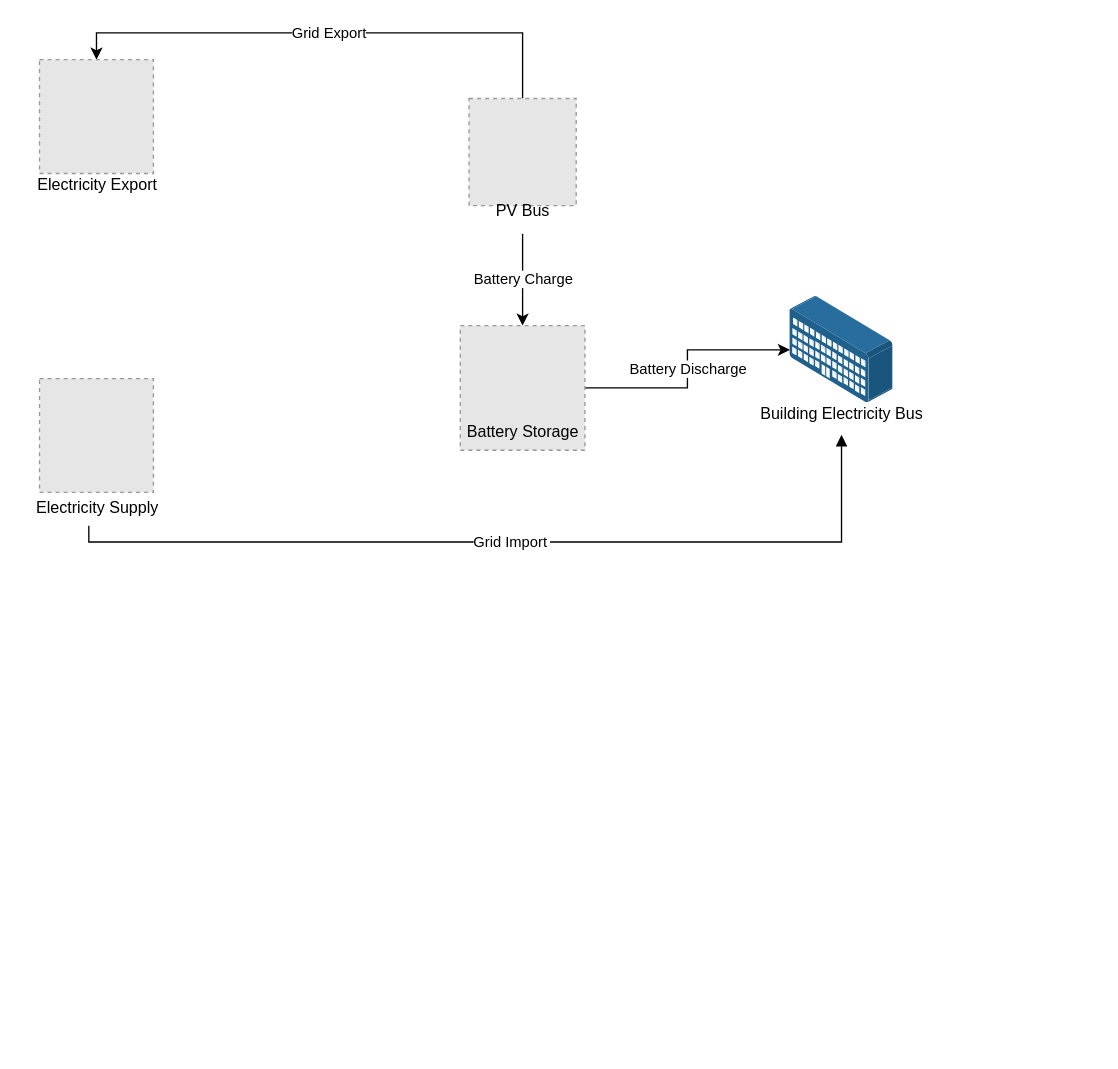
AlessioPinto01/PED_Social_Building_baseline keeps this draw.io diagram as ped.drawio. Above is the earlier version. Source tidied: cells renumbered, new cells numbered last; positions are measured from the earlier drawing's top-left corner, leaving out a move shared by most shapes. Both pictures are drawn from the tidied source at 134%, with x=0, y=0 at pixel (23, 32). Pictures stored in the file or linked from it are replaced by grey dashed boxes.
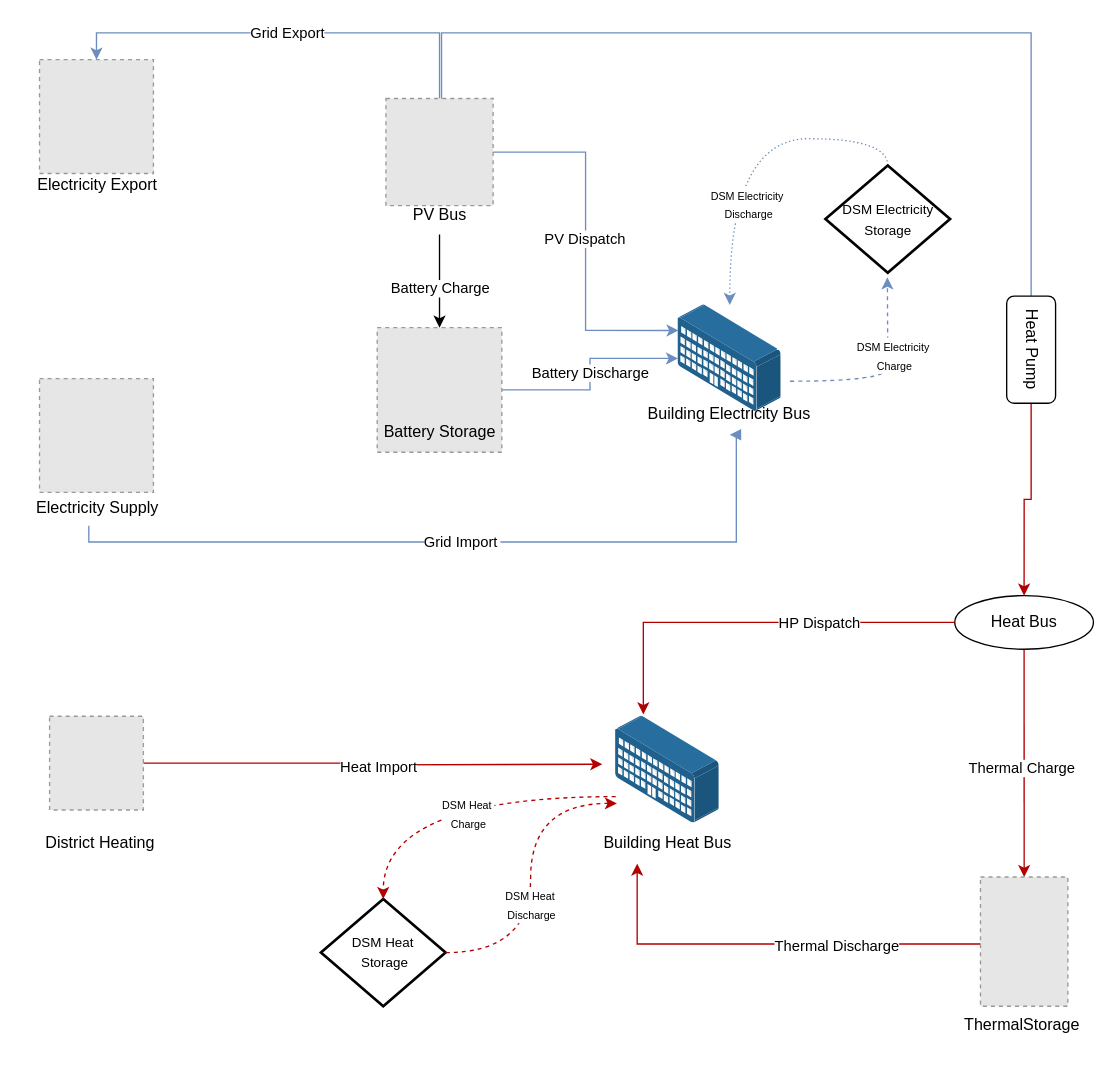
The same diagram, later.

The change refers to these unchanged cells:
```xml
<mxCell id="7" value="Electricity Supply" style="text;html=1;align=center;verticalAlign=middle;points=[];strokeColor=none;fillColor=none;" parent="1" vertex="1">
  <mxGeometry x="-0.5" y="340" width="110" height="30" as="geometry" />
</mxCell>
<mxCell id="14" style="fillColor=#E6E6E6;strokeColor=#999999;dashed=1;html=1;verticalAlign=top;verticalLabelPosition=bottom;labelBackgroundColor=#ffffff;" parent="1" vertex="1">
  <mxGeometry x="12" y="20" width="85" height="85" as="geometry" />
</mxCell>
```

What changed in the source:
```diff
@@
-    <mxCell id="2" value="Grid Import" style="startArrow=none;endArrow=block;rounded=0;edgeStyle=orthogonalEdgeStyle;exitX=0.448;exitY=0.93;exitDx=0;exitDy=0;exitPerimeter=0;entryX=0.5;entryY=1;entryDx=0;entryDy=0;" parent="1" edge="1" source="7" target="10">
+    <mxCell id="2" value="Grid Import" style="startArrow=none;endArrow=block;rounded=0;edgeStyle=orthogonalEdgeStyle;exitX=0.448;exitY=0.93;exitDx=0;exitDy=0;exitPerimeter=0;entryX=0.5;entryY=1;entryDx=0;entryDy=0;fillColor=#dae8fc;strokeColor=#6c8ebf;" parent="1" edge="1" source="7" target="10">
       <mxGeometry relative="1" as="geometry">
         <Array as="points">
           <mxPoint x="49" y="380" />
-          <mxPoint x="610" y="380" />
+          <mxPoint x="532" y="380" />
+          <mxPoint x="532" y="300" />
         </Array>
       </mxGeometry>
     </mxCell>
-    <mxCell id="3" value="Battery Discharge" style="edgeStyle=orthogonalEdgeStyle;rounded=0;jettySize=auto;html=1;exitX=1;exitY=0.5;exitDx=0;exitDy=0;" parent="1" edge="1" source="4" target="13">
+    <mxCell id="3" value="Battery Discharge" style="edgeStyle=orthogonalEdgeStyle;rounded=0;jettySize=auto;html=1;exitX=1;exitY=0.5;exitDx=0;exitDy=0;fillColor=#dae8fc;strokeColor=#6c8ebf;" parent="1" edge="1" source="4" target="13">
       <mxGeometry relative="1" as="geometry" />
     </mxCell>
     <mxCell id="4" style="fillColor=#E6E6E6;strokeColor=#999999;dashed=1;html=1;verticalAlign=top;verticalLabelPosition=bottom;labelBackgroundColor=#ffffff;" parent="1" vertex="1">
-      <mxGeometry x="326" y="218.5" width="93" height="93" as="geometry" />
+      <mxGeometry x="264" y="220" width="93" height="93" as="geometry" />
     </mxCell>
     <mxCell id="5" value="Battery Storage" style="text;strokeColor=none;align=center;fillColor=none;html=1;verticalAlign=middle;whiteSpace=wrap;rounded=0;" parent="1" vertex="1">
-      <mxGeometry x="297.5" y="283" width="150" height="30" as="geometry" />
+      <mxGeometry x="235.5" y="282.8" width="150" height="30" as="geometry" />
     </mxCell>
@@
-    <mxCell id="8" value="Grid Export" style="edgeStyle=orthogonalEdgeStyle;rounded=0;jettySize=auto;html=1;exitX=0.5;exitY=0;exitDx=0;exitDy=0;entryX=0.5;entryY=0;entryDx=0;entryDy=0;" parent="1" edge="1" source="9" target="14">
+    <mxCell id="8" value="Grid Export" style="edgeStyle=orthogonalEdgeStyle;rounded=0;jettySize=auto;html=1;exitX=0.5;exitY=0;exitDx=0;exitDy=0;entryX=0.5;entryY=0;entryDx=0;entryDy=0;fillColor=#dae8fc;strokeColor=#6c8ebf;" parent="1" edge="1" source="9" target="14">
       <mxGeometry relative="1" as="geometry">
         <Array as="points">
-          <mxPoint x="372" />
-          <mxPoint x="54" />
+          <mxPoint x="311" />
+          <mxPoint x="55" />
         </Array>
       </mxGeometry>
     </mxCell>
+    <mxCell id="16" style="edgeStyle=orthogonalEdgeStyle;rounded=0;jettySize=auto;html=1;entryX=0;entryY=0.5;entryDx=0;entryDy=0;endArrow=none;endFill=0;fillColor=#dae8fc;strokeColor=#6c8ebf;" parent="1" edge="1" target="18">
+      <mxGeometry relative="1" as="geometry">
+        <mxPoint x="312" y="50" as="sourcePoint" />
+        <Array as="points">
+          <mxPoint x="312" y="50" />
+          <mxPoint x="312" />
+          <mxPoint x="752" />
+        </Array>
+      </mxGeometry>
+    </mxCell>
     <mxCell id="9" style="fillColor=#E6E6E6;strokeColor=#999999;dashed=1;html=1;verticalAlign=top;verticalLabelPosition=bottom;labelBackgroundColor=#ffffff;" parent="1" vertex="1">
-      <mxGeometry x="332.5" y="49" width="80" height="80" as="geometry" />
+      <mxGeometry x="270.5" y="49" width="80" height="80" as="geometry" />
     </mxCell>
-    <mxCell id="10" value="Building Electricity Bus" style="text;strokeColor=none;align=center;fillColor=none;html=1;verticalAlign=middle;whiteSpace=wrap;rounded=0;" parent="1" vertex="1">
-      <mxGeometry x="535.5" y="270" width="150" height="30" as="geometry" />
+    <mxCell id="10" value="&lt;span style=&quot;caret-color: rgba(0, 0, 0, 0);&quot;&gt;Building Electricity Bus&lt;/span&gt;" style="text;strokeColor=none;align=center;fillColor=none;html=1;verticalAlign=middle;whiteSpace=wrap;rounded=0;" parent="1" vertex="1">
+      <mxGeometry x="452" y="270" width="150" height="30" as="geometry" />
     </mxCell>
     <mxCell id="11" value="Battery Charge" style="edgeStyle=orthogonalEdgeStyle;rounded=0;jettySize=auto;html=1;exitX=0.5;exitY=1;exitDx=0;exitDy=0;" parent="1" edge="1" source="12" target="4">
-      <mxGeometry relative="1" as="geometry" />
+      <mxGeometry x="0.17" relative="1" as="geometry">
+        <mxPoint y="-1" as="offset" />
+      </mxGeometry>
     </mxCell>
     <mxCell id="12" value="PV Bus" style="text;strokeColor=none;align=center;fillColor=none;html=1;verticalAlign=middle;whiteSpace=wrap;rounded=0;" parent="1" vertex="1">
-      <mxGeometry x="297.5" y="116" width="150" height="34" as="geometry" />
+      <mxGeometry x="235.5" y="120.5" width="150" height="30" as="geometry" />
     </mxCell>
     <mxCell id="13" style="image;points=[];html=1;align=center;shadow=0;dashed=0;image=img/lib/allied_telesis/buildings/Long_Building.svg;" parent="1" vertex="1">
-      <mxGeometry x="572" y="196.7" width="77.1" height="79.7" as="geometry" />
+      <mxGeometry x="488.5" y="203.1" width="77.1" height="79.7" as="geometry" />
     </mxCell>
@@
+    <mxCell id="17" style="edgeStyle=orthogonalEdgeStyle;rounded=0;jettySize=auto;html=1;exitX=1;exitY=0.5;exitDx=0;exitDy=0;entryX=0.5;entryY=0;entryDx=0;entryDy=0;fillColor=#e51400;strokeColor=#B20000;" parent="1" edge="1" source="18" target="21">
+      <mxGeometry relative="1" as="geometry" />
+    </mxCell>
+    <mxCell id="18" value="Heat Pump" style="rounded=1;whiteSpace=wrap;html=1;rotation=90;" parent="1" vertex="1">
+      <mxGeometry x="712" y="218.2" width="80" height="36.5" as="geometry" />
+    </mxCell>
+    <mxCell id="19" style="edgeStyle=orthogonalEdgeStyle;rounded=0;jettySize=auto;html=1;exitX=0.5;exitY=1;exitDx=0;exitDy=0;entryX=0.5;entryY=0;entryDx=0;entryDy=0;fillColor=#e51400;strokeColor=#B20000;" parent="1" edge="1" source="21" target="24">
+      <mxGeometry relative="1" as="geometry" />
+    </mxCell>
+    <mxCell id="20" value="Thermal Charge" style="edgeLabel;html=1;align=center;verticalAlign=middle;" parent="19" vertex="1">
+      <mxGeometry x="0.02" y="-2" relative="1" as="geometry">
+        <mxPoint y="1" as="offset" />
+      </mxGeometry>
+    </mxCell>
+    <mxCell id="21" value="Heat Bus" style="ellipse;whiteSpace=wrap;html=1;" parent="1" vertex="1">
+      <mxGeometry x="695" y="420" width="103.5" height="40" as="geometry" />
+    </mxCell>
+    <mxCell id="22" style="edgeStyle=orthogonalEdgeStyle;rounded=0;jettySize=auto;html=1;exitX=0.5;exitY=1;exitDx=0;exitDy=0;fillColor=#e51400;strokeColor=#B20000;" parent="1" edge="1" source="24">
+      <mxGeometry relative="1" as="geometry">
+        <mxPoint x="458" y="620" as="targetPoint" />
+        <Array as="points">
+          <mxPoint x="747" y="680" />
+          <mxPoint x="458" y="680" />
+        </Array>
+      </mxGeometry>
+    </mxCell>
+    <mxCell id="23" value="Thermal Discharge" style="edgeLabel;html=1;align=center;verticalAlign=middle;" parent="22" vertex="1">
+      <mxGeometry x="-0.05" y="1" relative="1" as="geometry">
+        <mxPoint x="1" as="offset" />
+      </mxGeometry>
+    </mxCell>
+    <mxCell id="24" style="fillColor=#E6E6E6;strokeColor=#999999;dashed=1;verticalLabelPosition=bottom;labelBackgroundColor=default;verticalAlign=top;" parent="1" vertex="1">
+      <mxGeometry x="714.2" y="630" width="65.2" height="96.4" as="geometry" />
+    </mxCell>
+    <mxCell id="25" value="ThermalStorage" style="text;strokeColor=none;align=center;fillColor=none;html=1;verticalAlign=middle;whiteSpace=wrap;rounded=0;" parent="1" vertex="1">
+      <mxGeometry x="691.5" y="726.4" width="107.1" height="30" as="geometry" />
+    </mxCell>
+    <mxCell id="26" style="image;points=[];html=1;align=center;shadow=0;dashed=0;image=img/lib/allied_telesis/buildings/Long_Building.svg;" parent="1" vertex="1">
+      <mxGeometry x="442" y="510" width="77.4" height="80" as="geometry" />
+    </mxCell>
+    <mxCell id="27" style="edgeStyle=orthogonalEdgeStyle;rounded=0;jettySize=auto;html=1;exitX=0;exitY=0.5;exitDx=0;exitDy=0;entryX=0.266;entryY=-0.017;entryDx=0;entryDy=0;entryPerimeter=0;fillColor=#e51400;strokeColor=#B20000;" parent="1" edge="1" source="21" target="26">
+      <mxGeometry relative="1" as="geometry" />
+    </mxCell>
+    <mxCell id="28" value="HP Dispatch" style="edgeLabel;html=1;align=center;verticalAlign=middle;" parent="27" vertex="1">
+      <mxGeometry x="-0.32" y="-3" relative="1" as="geometry">
+        <mxPoint y="3" as="offset" />
+      </mxGeometry>
+    </mxCell>
+    <mxCell id="29" value="&lt;span style=&quot;caret-color: rgba(0, 0, 0, 0);&quot;&gt;Building Heat Bus&lt;/span&gt;" style="text;strokeColor=none;align=center;fillColor=none;html=1;verticalAlign=middle;whiteSpace=wrap;rounded=0;" parent="1" vertex="1">
+      <mxGeometry x="405.7" y="590" width="150" height="30" as="geometry" />
+    </mxCell>
+    <mxCell id="30" style="edgeStyle=orthogonalEdgeStyle;rounded=0;jettySize=auto;html=1;exitX=1;exitY=0.5;exitDx=0;exitDy=0;fillColor=#e51400;strokeColor=#B20000;" parent="1" edge="1" source="32">
+      <mxGeometry relative="1" as="geometry">
+        <mxPoint x="432" y="545.8" as="targetPoint" />
+      </mxGeometry>
+    </mxCell>
+    <mxCell id="31" value="Heat Import" style="edgeLabel;html=1;align=center;verticalAlign=middle;" parent="30" vertex="1">
+      <mxGeometry x="0.02" y="-1" relative="1" as="geometry">
+        <mxPoint x="1" as="offset" />
+      </mxGeometry>
+    </mxCell>
+    <mxCell id="32" style="fillColor=#E6E6E6;strokeColor=#999999;dashed=1;verticalLabelPosition=bottom;labelBackgroundColor=default;verticalAlign=top;" parent="1" vertex="1">
+      <mxGeometry x="19.5" y="510" width="70" height="70" as="geometry" />
+    </mxCell>
+    <mxCell id="33" value="District Heating" style="text;html=1;align=center;verticalAlign=middle;strokeColor=none;fillColor=none;" parent="1" vertex="1">
+      <mxGeometry x="7" y="590" width="100" height="30" as="geometry" />
+    </mxCell>
+    <mxCell id="34" style="edgeStyle=orthogonalEdgeStyle;curved=1;rounded=0;jettySize=auto;html=1;exitX=0.5;exitY=0;exitDx=0;exitDy=0;exitPerimeter=0;dashed=1;dashPattern=1 2;fillColor=#dae8fc;strokeColor=#6c8ebf;" parent="1" edge="1" source="35" target="13">
+      <mxGeometry relative="1" as="geometry" />
+    </mxCell>
+    <mxCell id="35" value="&lt;font style=&quot;font-size: 10px;&quot;&gt;DSM Electricity Storage&lt;/font&gt;" style="strokeWidth=2;html=1;shape=mxgraph.flowchart.decision;whiteSpace=wrap;" parent="1" vertex="1">
+      <mxGeometry x="598.5" y="99" width="93" height="80" as="geometry" />
+    </mxCell>
+    <mxCell id="36" value="&lt;span style=&quot;font-size: 8px; caret-color: rgba(0, 0, 0, 0);&quot;&gt;DSM Electricity&lt;/span&gt;&lt;div&gt;&lt;span style=&quot;font-size: 8px; caret-color: rgba(0, 0, 0, 0);&quot;&gt;&amp;nbsp;Discharge&lt;/span&gt;&lt;/div&gt;" style="edgeLabel;html=1;align=center;verticalAlign=middle;" parent="1" vertex="1">
+      <mxGeometry x="582" y="120.5" as="geometry">
+        <mxPoint x="-43" y="7" as="offset" />
+      </mxGeometry>
+    </mxCell>
+    <mxCell id="37" style="edgeStyle=orthogonalEdgeStyle;curved=1;rounded=0;jettySize=auto;html=1;dashed=1;fillColor=#dae8fc;strokeColor=#6c8ebf;entryX=0.497;entryY=1.043;entryDx=0;entryDy=0;entryPerimeter=0;" parent="1" edge="1" target="35">
+      <mxGeometry relative="1" as="geometry">
+        <mxPoint x="572" y="260" as="sourcePoint" />
+        <Array as="points">
+          <mxPoint x="645" y="260" />
+          <mxPoint x="645" y="240" />
+        </Array>
+      </mxGeometry>
+    </mxCell>
+    <mxCell id="38" style="edgeLabel;html=1;align=center;verticalAlign=middle;" parent="37" vertex="1">
+      <mxGeometry x="0.25" y="-10" relative="1" as="geometry" />
+    </mxCell>
+    <mxCell id="39" value="&lt;span style=&quot;font-size: 8px; caret-color: rgba(0, 0, 0, 0);&quot;&gt;DSM Electricity&amp;nbsp;&lt;/span&gt;&lt;div&gt;&lt;span style=&quot;font-size: 8px; caret-color: rgba(0, 0, 0, 0);&quot;&gt;Charge&lt;/span&gt;&lt;/div&gt;" style="edgeLabel;html=1;align=center;verticalAlign=middle;" parent="37" vertex="1">
+      <mxGeometry x="-0.39" y="-14" relative="1" as="geometry">
+        <mxPoint x="31" y="-34" as="offset" />
+      </mxGeometry>
+    </mxCell>
+    <mxCell id="40" value="&lt;font style=&quot;font-size: 10px;&quot;&gt;DSM Heat&lt;/font&gt;&lt;div&gt;&lt;font style=&quot;font-size: 10px;&quot;&gt;&amp;nbsp;Storage&lt;/font&gt;&lt;/div&gt;" style="strokeWidth=2;html=1;shape=mxgraph.flowchart.decision;whiteSpace=wrap;" parent="1" vertex="1">
+      <mxGeometry x="222" y="646.4" width="93" height="80" as="geometry" />
+    </mxCell>
+    <mxCell id="41" style="edgeStyle=orthogonalEdgeStyle;curved=1;rounded=0;jettySize=auto;html=1;entryX=0.5;entryY=0;entryDx=0;entryDy=0;entryPerimeter=0;dashed=1;fillColor=#e51400;strokeColor=#B20000;" parent="1" edge="1" target="40">
+      <mxGeometry relative="1" as="geometry">
+        <mxPoint x="442" y="570" as="sourcePoint" />
+        <Array as="points">
+          <mxPoint x="442" y="570" />
+          <mxPoint x="269" y="570" />
+        </Array>
+      </mxGeometry>
+    </mxCell>
+    <mxCell id="42" value="&lt;span style=&quot;font-size: 8px; caret-color: rgba(0, 0, 0, 0);&quot;&gt;DSM Heat&amp;nbsp;&lt;/span&gt;&lt;div&gt;&lt;span style=&quot;font-size: 8px; caret-color: rgba(0, 0, 0, 0);&quot;&gt;Charge&lt;/span&gt;&lt;/div&gt;" style="edgeLabel;html=1;align=center;verticalAlign=middle;" parent="41" vertex="1">
+      <mxGeometry x="-0.11" y="12" relative="1" as="geometry" />
+    </mxCell>
+    <mxCell id="43" style="edgeStyle=orthogonalEdgeStyle;curved=1;rounded=0;jettySize=auto;html=1;exitX=1;exitY=0.5;exitDx=0;exitDy=0;exitPerimeter=0;entryX=0.012;entryY=0.813;entryDx=0;entryDy=0;entryPerimeter=0;dashed=1;fillColor=#e51400;strokeColor=#B20000;" parent="1" edge="1" source="40" target="26">
+      <mxGeometry relative="1" as="geometry" />
+    </mxCell>
+    <mxCell id="44" value="&lt;span style=&quot;font-size: 8px; caret-color: rgba(0, 0, 0, 0);&quot;&gt;DSM Heat&lt;/span&gt;&lt;div&gt;&lt;span style=&quot;font-size: 8px; caret-color: rgba(0, 0, 0, 0);&quot;&gt;&amp;nbsp;Discharge&lt;/span&gt;&lt;/div&gt;" style="edgeLabel;html=1;align=center;verticalAlign=middle;" parent="43" vertex="1">
+      <mxGeometry x="-0.17" y="1" relative="1" as="geometry" />
+    </mxCell>
+    <mxCell id="45" style="edgeStyle=orthogonalEdgeStyle;rounded=0;jettySize=auto;html=1;exitX=1;exitY=0.5;exitDx=0;exitDy=0;entryX=0.005;entryY=0.239;entryDx=0;entryDy=0;entryPerimeter=0;fillColor=#dae8fc;strokeColor=#6c8ebf;" parent="1" edge="1" source="9" target="13">
+      <mxGeometry relative="1" as="geometry" />
+    </mxCell>
+    <mxCell id="46" value="PV Dispatch" style="edgeLabel;html=1;align=center;verticalAlign=middle;" parent="45" vertex="1">
+      <mxGeometry x="-0.02" y="-1" relative="1" as="geometry" />
+    </mxCell>
```
